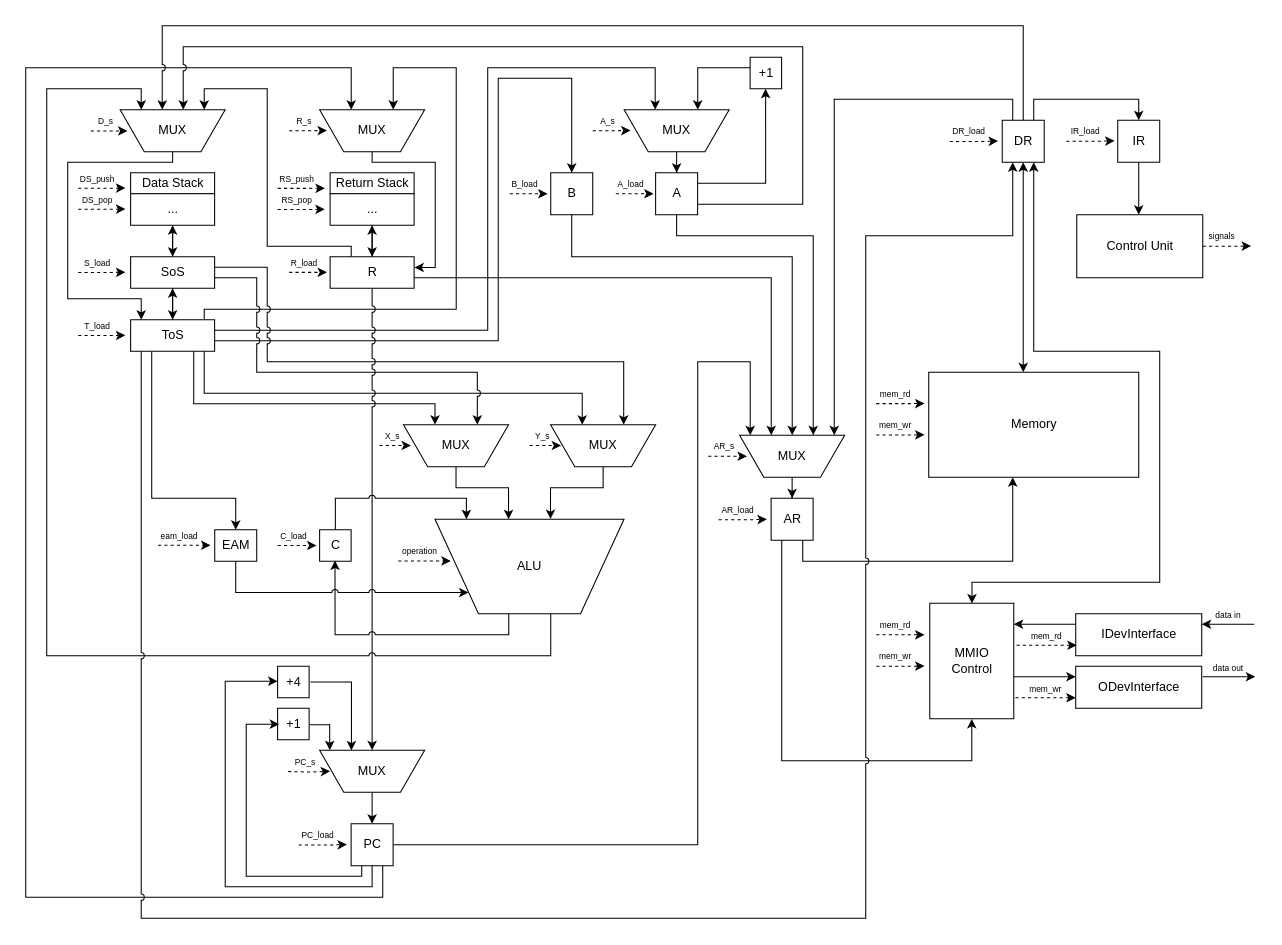
Before: lab3/scheme/f32a.drawio in TheGeniusOfEternity/computer-system-architecture, a draw.io diagram. Source tidied: cells renumbered, new cells numbered last; positions are measured from the earlier drawing's top-left corner, leaving out a move shared by most shapes. Both pictures are drawn from the tidied source at 105%, with x=0, y=0 at pixel (25, 25).
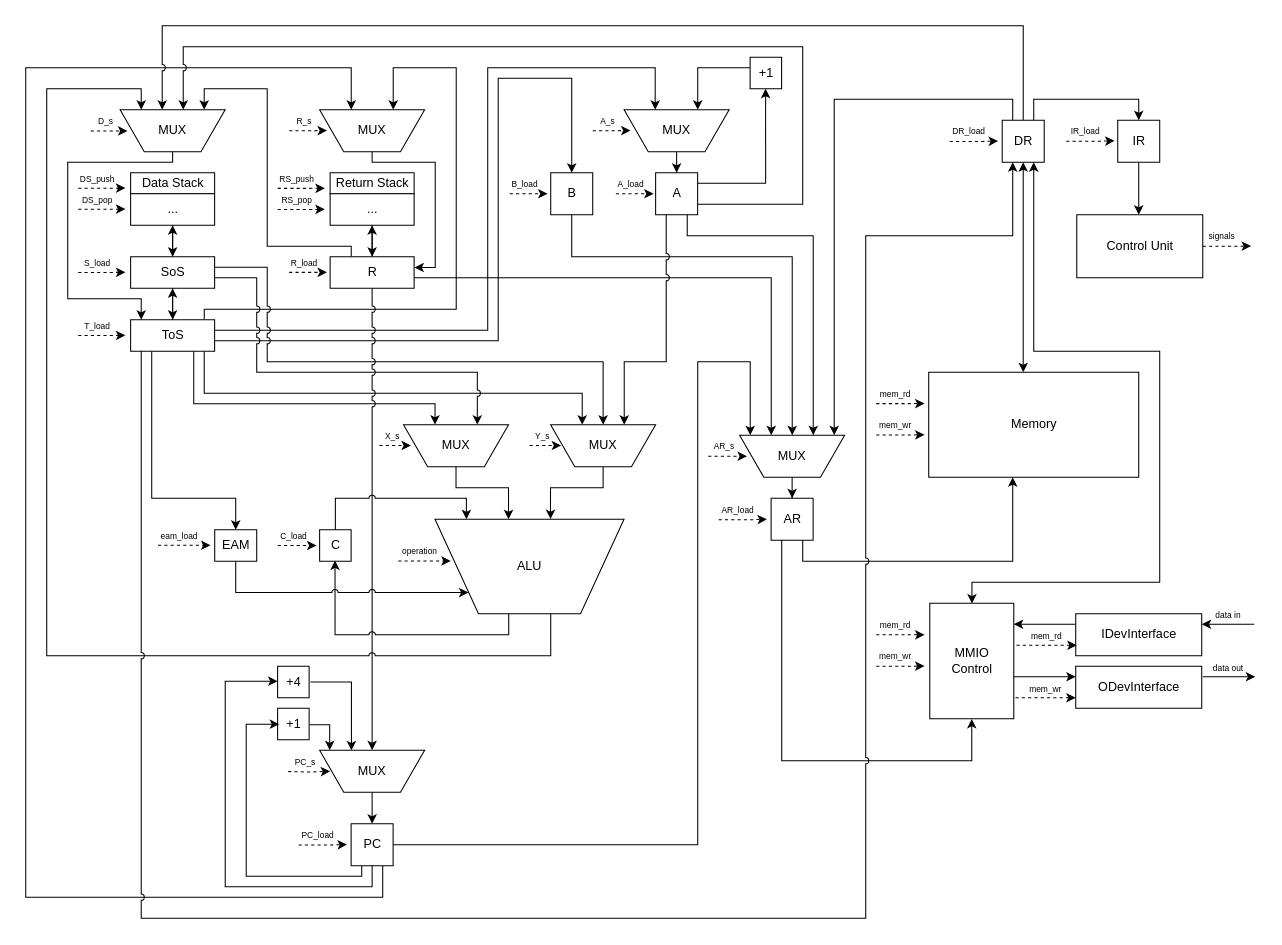
Above is the later version.

Commit message:
feat(lab3|scheme): v1.1

The change refers to these unchanged cells:
```xml
<mxCell id="20" value="SoS" style="verticalLabelPosition=middle;verticalAlign=middle;html=1;shape=mxgraph.basic.rect;fillColor2=none;strokeWidth=1;size=20;indent=5;labelPosition=center;align=center;" parent="1" vertex="1">
  <mxGeometry x="99.9" y="220" width="80" height="30" as="geometry" />
</mxCell>
<mxCell id="36" value="MUX" style="verticalLabelPosition=middle;verticalAlign=middle;html=1;shape=trapezoid;perimeter=trapezoidPerimeter;whiteSpace=wrap;size=0.23;arcSize=10;flipV=1;labelPosition=center;align=center;" parent="1" vertex="1">
  <mxGeometry x="499.9" y="380" width="100" height="40" as="geometry" />
</mxCell>
<mxCell id="56" value="A" style="verticalLabelPosition=middle;verticalAlign=middle;html=1;shape=mxgraph.basic.rect;fillColor2=none;strokeWidth=1;size=20;indent=5;labelPosition=center;align=center;" parent="1" vertex="1">
  <mxGeometry x="599.9" y="140" width="40" height="40" as="geometry" />
</mxCell>
```

Diff of the diagram source:
```diff
@@
-    <mxCell id="18" style="edgeStyle=orthogonalEdgeStyle;rounded=0;jettySize=auto;html=1;entryX=0.696;entryY=0.999;entryDx=0;entryDy=0;jumpStyle=arc;entryPerimeter=0;" parent="1" edge="1" source="20" target="36">
+    <mxCell id="18" style="edgeStyle=orthogonalEdgeStyle;rounded=0;jettySize=auto;html=1;entryX=0.5;entryY=0;entryDx=0;entryDy=0;jumpStyle=arc;" parent="1" edge="1" source="20" target="36">
       <mxGeometry relative="1" as="geometry">
         <Array as="points">
           <mxPoint x="230" y="230" />
           <mxPoint x="230" y="320" />
-          <mxPoint x="570" y="320" />
-          <mxPoint x="570" y="380" />
+          <mxPoint x="550" y="320" />
         </Array>
       </mxGeometry>
     </mxCell>
@@
     <mxCell id="67" style="edgeStyle=orthogonalEdgeStyle;rounded=0;jettySize=auto;html=1;" parent="1" edge="1" source="56">
       <mxGeometry relative="1" as="geometry">
         <mxPoint x="750" y="390" as="targetPoint" />
         <Array as="points">
-          <mxPoint x="620" y="200" />
+          <mxPoint x="630" y="200" />
           <mxPoint x="750" y="200" />
-          <mxPoint x="750" y="390" />
         </Array>
       </mxGeometry>
     </mxCell>
@@
+    <mxCell id="120" style="edgeStyle=orthogonalEdgeStyle;rounded=0;jettySize=auto;html=1;jumpStyle=arc;" parent="1" edge="1" source="56">
+      <mxGeometry relative="1" as="geometry">
+        <mxPoint x="570" y="380" as="targetPoint" />
+        <Array as="points">
+          <mxPoint x="610" y="320" />
+          <mxPoint x="570" y="320" />
+        </Array>
+      </mxGeometry>
+    </mxCell>
```
